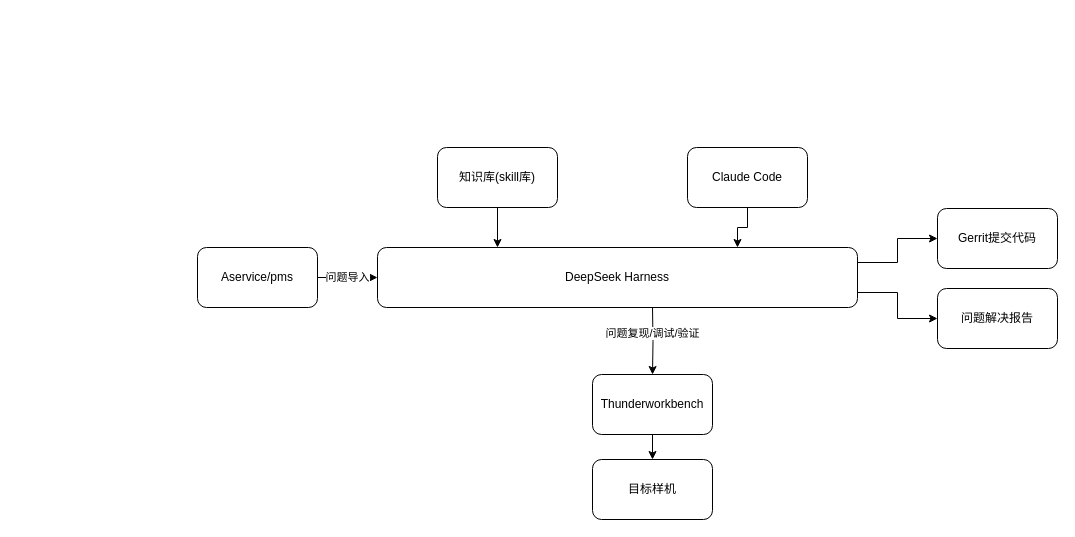
This is M3 客户支持AI框架.drawio from qjzh0603/drawio, a draw.io file, before an edit. Source tidied: cells renumbered, new cells numbered last; positions are measured from the earlier drawing's top-left corner, leaving out a move shared by most shapes. Both pictures are drawn from the tidied source at 100%, with x=0, y=0 at pixel (197, 147).
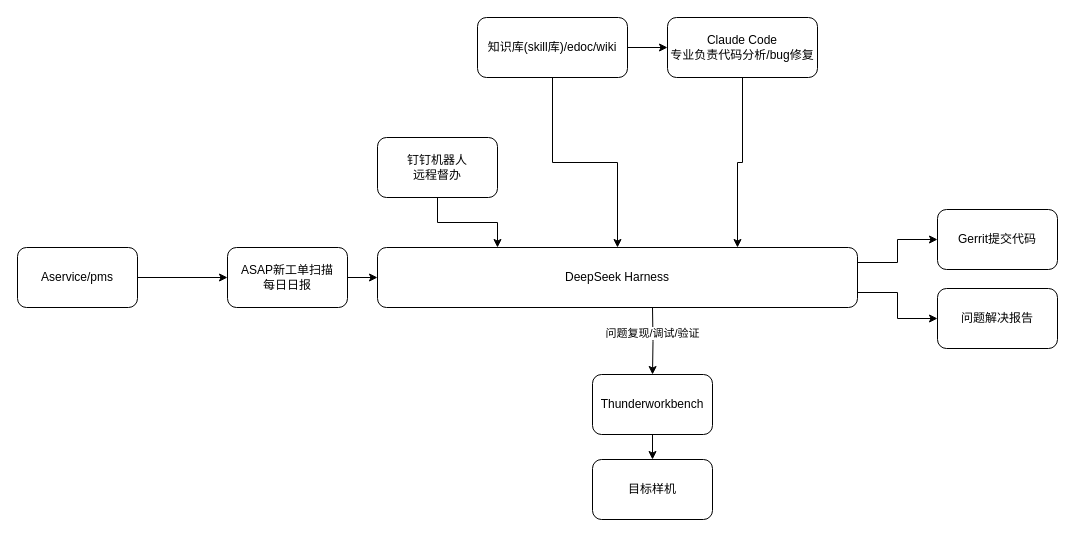
The same page after the edit.

Commit message (it also covers changes not shown here):
更新M3 客户支持AI框架.drawio

Unchanged cells that the change refers to:
```xml
<mxCell id="5" value="DeepSeek Harness" style="rounded=1;whiteSpace=wrap;html=1;roundedPerimeter=1;" parent="1" vertex="1">
  <mxGeometry x="180" y="100" width="480" height="60" as="geometry" />
</mxCell>
```

What changed in the source:
```diff
@@
+    <mxCell id="17" style="edgeStyle=orthogonalEdgeStyle;rounded=0;jettySize=auto;html=1;exitX=1;exitY=0.5;exitDx=0;exitDy=0;entryX=0;entryY=0.5;entryDx=0;entryDy=0;" parent="1" edge="1" source="12" target="20">
+      <mxGeometry relative="1" as="geometry" />
+    </mxCell>
@@
-    <mxCell id="6" style="edgeStyle=orthogonalEdgeStyle;rounded=0;jettySize=auto;html=1;exitX=0.5;exitY=1;exitDx=0;exitDy=0;entryX=0.25;entryY=0;entryDx=0;entryDy=0;" parent="1" edge="1" source="7" target="5">
-      <mxGeometry relative="1" as="geometry" />
+    <mxCell id="6" style="edgeStyle=orthogonalEdgeStyle;rounded=0;jettySize=auto;html=1;exitX=0.5;exitY=1;exitDx=0;exitDy=0;entryX=0.5;entryY=0;entryDx=0;entryDy=0;" parent="1" edge="1" source="7" target="5">
+      <mxGeometry x="-0.65" relative="1" as="geometry" />
     </mxCell>
+    <mxCell id="18" style="edgeStyle=orthogonalEdgeStyle;rounded=0;jettySize=auto;html=1;exitX=1;exitY=0.5;exitDx=0;exitDy=0;entryX=0;entryY=0.5;entryDx=0;entryDy=0;" parent="1" edge="1" source="7" target="9">
+      <mxGeometry relative="1" as="geometry" />
+    </mxCell>
-    <mxCell id="7" value="知识库(skill库)" style="rounded=1;whiteSpace=wrap;html=1;roundedPerimeter=1;" parent="1" vertex="1">
-      <mxGeometry x="240" width="120" height="60" as="geometry" />
+    <mxCell id="7" value="知识库(skill库)/edoc/wiki" style="rounded=1;whiteSpace=wrap;html=1;roundedPerimeter=1;" parent="1" vertex="1">
+      <mxGeometry x="280" y="-130" width="150" height="60" as="geometry" />
     </mxCell>
     <mxCell id="8" style="edgeStyle=orthogonalEdgeStyle;rounded=0;jettySize=auto;html=1;exitX=0.5;exitY=1;exitDx=0;exitDy=0;entryX=0.75;entryY=0;entryDx=0;entryDy=0;" parent="1" edge="1" source="9" target="5">
-      <mxGeometry relative="1" as="geometry" />
+      <mxGeometry x="-0.8" relative="1" as="geometry" />
     </mxCell>
-    <mxCell id="9" value="Claude Code" style="rounded=1;whiteSpace=wrap;html=1;roundedPerimeter=1;" parent="1" vertex="1">
-      <mxGeometry x="490" width="120" height="60" as="geometry" />
+    <mxCell id="9" value="Claude Code&lt;div&gt;专业负责代码分析/bug修复&lt;/div&gt;" style="rounded=1;whiteSpace=wrap;html=1;roundedPerimeter=1;" parent="1" vertex="1">
+      <mxGeometry x="470" y="-130" width="150" height="60" as="geometry" />
     </mxCell>
@@
-    <mxCell id="11" value="问题导入" style="edgeStyle=orthogonalEdgeStyle;rounded=0;jettySize=auto;html=1;exitX=1;exitY=0.5;exitDx=0;exitDy=0;entryX=-0.003;entryY=0.5;entryDx=0;entryDy=0;" parent="1" edge="1" source="12" target="5">
-      <mxGeometry relative="1" as="geometry" />
-    </mxCell>
     <mxCell id="12" value="Aservice/pms" style="rounded=1;whiteSpace=wrap;html=1;roundedPerimeter=1;" parent="1" vertex="1">
-      <mxGeometry y="100" width="120" height="60" as="geometry" />
+      <mxGeometry x="-180" y="100" width="120" height="60" as="geometry" />
     </mxCell>
@@
     <mxCell id="15" value="Gerrit提交代码" style="rounded=1;whiteSpace=wrap;html=1;roundedPerimeter=1;" parent="1" vertex="1">
-      <mxGeometry x="740" y="61" width="120" height="60" as="geometry" />
+      <mxGeometry x="740" y="62" width="120" height="60" as="geometry" />
     </mxCell>
@@
+    <mxCell id="19" style="edgeStyle=orthogonalEdgeStyle;rounded=0;jettySize=auto;html=1;exitX=1;exitY=0.5;exitDx=0;exitDy=0;entryX=0;entryY=0.5;entryDx=0;entryDy=0;" parent="1" edge="1" source="20" target="5">
+      <mxGeometry relative="1" as="geometry" />
+    </mxCell>
+    <mxCell id="20" value="ASAP新工单扫描&lt;div&gt;每日日报&lt;/div&gt;" style="rounded=1;whiteSpace=wrap;html=1;roundedPerimeter=1;" parent="1" vertex="1">
+      <mxGeometry x="30" y="100" width="120" height="60" as="geometry" />
+    </mxCell>
+    <mxCell id="21" style="edgeStyle=orthogonalEdgeStyle;rounded=0;jettySize=auto;html=1;exitX=0.5;exitY=1;exitDx=0;exitDy=0;entryX=0.25;entryY=0;entryDx=0;entryDy=0;" parent="1" edge="1" source="22" target="5">
+      <mxGeometry relative="1" as="geometry" />
+    </mxCell>
+    <mxCell id="22" value="钉钉机器人&lt;div&gt;远程督办&lt;/div&gt;" style="rounded=1;whiteSpace=wrap;html=1;roundedPerimeter=1;" parent="1" vertex="1">
+      <mxGeometry x="180" y="-10" width="120" height="60" as="geometry" />
+    </mxCell>
```
